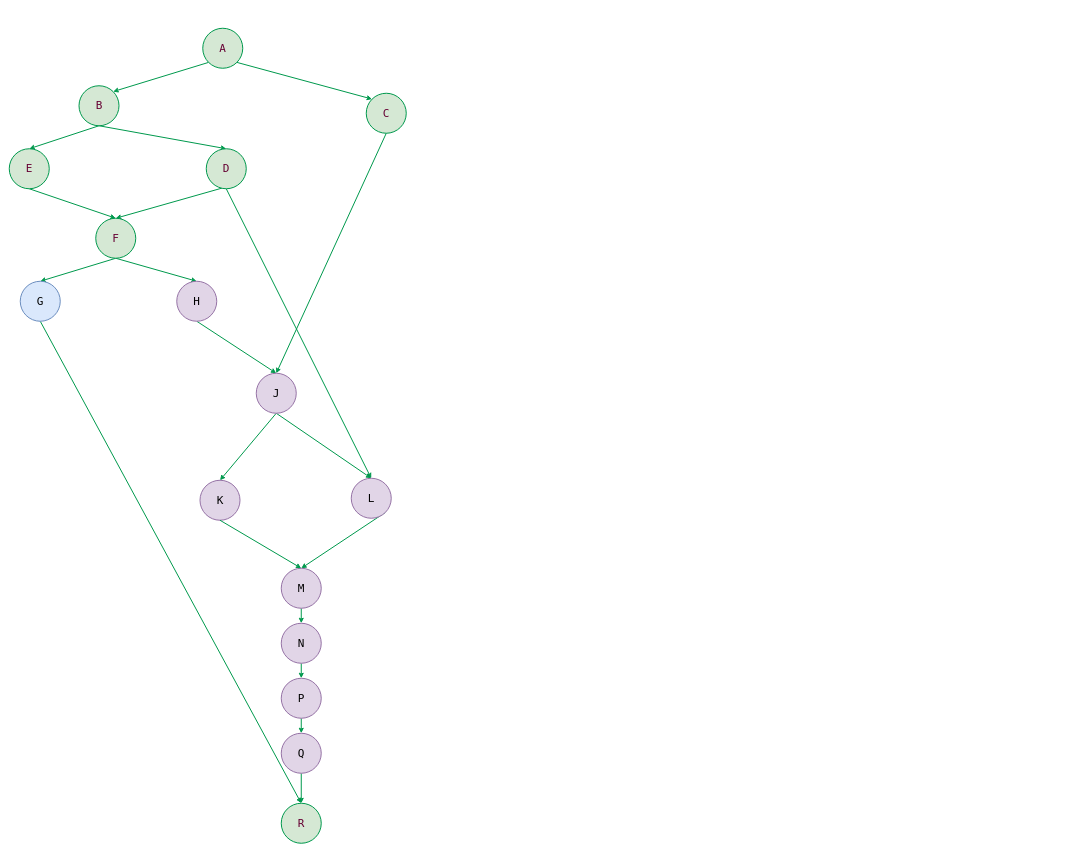
This is doc/dag.drawio from feuyeux/hello-easy-flows, a draw.io file, before an edit. Source tidied: cells renumbered, new cells numbered last; positions are measured from the earlier drawing's top-left corner, leaving out a move shared by most shapes. Both pictures are drawn from the tidied source at 50%, with x=0, y=0 at pixel (9, 28).
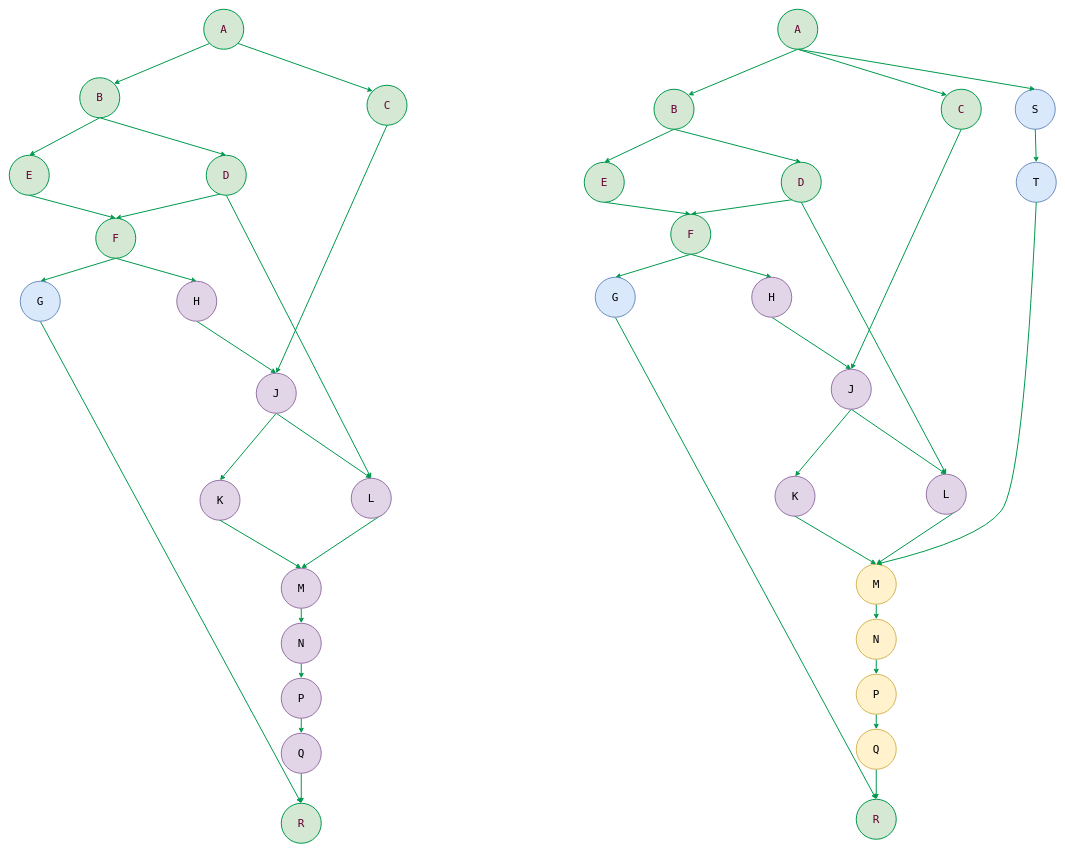
After the change.

Change to the diagram source:
```diff
@@
     <mxCell id="4" value="&lt;div style=&quot;font-size: 22px;&quot;&gt;&lt;div style=&quot;font-size: 22px;&quot;&gt;A&lt;/div&gt;&lt;/div&gt;" style="ellipse;whiteSpace=wrap;html=1;fontFamily=Monaco;fontSize=22;labelBackgroundColor=none;fillColor=#d5e8d4;strokeColor=#00994D;strokeWidth=2;fontColor=#660033;" parent="1" vertex="1">
-      <mxGeometry x="387" width="80" height="80" as="geometry" />
+      <mxGeometry x="389" y="-38" width="80" height="80" as="geometry" />
     </mxCell>
@@
     <mxCell id="7" value="&lt;div style=&quot;font-size: 22px;&quot;&gt;&lt;div style=&quot;font-size: 22px;&quot;&gt;B&lt;/div&gt;&lt;/div&gt;" style="ellipse;whiteSpace=wrap;html=1;fontFamily=Monaco;fontSize=22;labelBackgroundColor=none;fillColor=#d5e8d4;strokeColor=#00994D;strokeWidth=2;fontColor=#660033;" parent="1" vertex="1">
-      <mxGeometry x="139.5" y="115" width="80" height="80" as="geometry" />
+      <mxGeometry x="141" y="99" width="80" height="80" as="geometry" />
     </mxCell>
@@
     <mxCell id="9" value="&lt;div style=&quot;font-size: 22px;&quot;&gt;&lt;div style=&quot;font-size: 22px;&quot;&gt;C&lt;/div&gt;&lt;/div&gt;" style="ellipse;whiteSpace=wrap;html=1;fontFamily=Monaco;fontSize=22;labelBackgroundColor=none;fillColor=#d5e8d4;strokeColor=#00994D;strokeWidth=2;fontColor=#660033;" parent="1" vertex="1">
-      <mxGeometry x="714" y="130" width="80" height="80" as="geometry" />
+      <mxGeometry x="715.5" y="114" width="80" height="80" as="geometry" />
     </mxCell>
@@
     <mxCell id="11" value="&lt;div style=&quot;font-size: 22px;&quot;&gt;&lt;div style=&quot;font-size: 22px;&quot;&gt;E&lt;/div&gt;&lt;/div&gt;" style="ellipse;whiteSpace=wrap;html=1;fontFamily=Monaco;fontSize=22;labelBackgroundColor=none;fillColor=#d5e8d4;strokeColor=#00994D;strokeWidth=2;fontColor=#660033;" parent="1" vertex="1">
-      <mxGeometry y="241" width="80" height="80" as="geometry" />
+      <mxGeometry y="254" width="80" height="80" as="geometry" />
     </mxCell>
@@
     <mxCell id="14" value="&lt;div style=&quot;font-size: 22px;&quot;&gt;&lt;div style=&quot;font-size: 22px;&quot;&gt;&lt;div style=&quot;font-size: 22px;&quot;&gt;&lt;div style=&quot;font-size: 22px;&quot;&gt;D&lt;/div&gt;&lt;/div&gt;&lt;/div&gt;&lt;/div&gt;" style="ellipse;whiteSpace=wrap;html=1;fontFamily=Monaco;fontSize=22;labelBackgroundColor=none;fillColor=#d5e8d4;strokeColor=#00994D;strokeWidth=2;fontColor=#660033;" parent="1" vertex="1">
-      <mxGeometry x="394" y="241" width="80" height="80" as="geometry" />
+      <mxGeometry x="394" y="254" width="80" height="80" as="geometry" />
     </mxCell>
@@
+    <mxCell id="39" style="edgeStyle=none;rounded=0;jettySize=auto;html=1;exitX=0.5;exitY=1;exitDx=0;exitDy=0;entryX=1;entryY=0;entryDx=0;entryDy=0;labelBackgroundColor=#00994D;strokeColor=#00994D;fontColor=#FFFFFF;strokeWidth=2;fontSize=22;fillColor=#d5e8d4;fontFamily=Monaco;" parent="1" edge="1" source="41" target="44">
+      <mxGeometry relative="1" as="geometry" />
+    </mxCell>
+    <mxCell id="40" style="edgeStyle=none;rounded=0;jettySize=auto;html=1;exitX=0.5;exitY=1;exitDx=0;exitDy=0;entryX=0;entryY=0;entryDx=0;entryDy=0;labelBackgroundColor=#00994D;strokeColor=#00994D;fontColor=#FFFFFF;strokeWidth=2;fontSize=22;fillColor=#d5e8d4;fontFamily=Monaco;" parent="1" edge="1" source="41" target="46">
+      <mxGeometry relative="1" as="geometry" />
+    </mxCell>
+    <mxCell id="41" value="&lt;div style=&quot;font-size: 22px;&quot;&gt;&lt;div style=&quot;font-size: 22px;&quot;&gt;A&lt;/div&gt;&lt;/div&gt;" style="ellipse;whiteSpace=wrap;html=1;fontFamily=Monaco;fontSize=22;labelBackgroundColor=none;fillColor=#d5e8d4;strokeColor=#00994D;strokeWidth=2;fontColor=#660033;" parent="1" vertex="1">
+      <mxGeometry x="1537" y="-38" width="80" height="80" as="geometry" />
+    </mxCell>
+    <mxCell id="42" style="edgeStyle=none;rounded=0;jettySize=auto;html=1;exitX=0.5;exitY=1;exitDx=0;exitDy=0;entryX=0.5;entryY=0;entryDx=0;entryDy=0;labelBackgroundColor=#00994D;strokeColor=#00994D;fontColor=#FFFFFF;strokeWidth=2;fontSize=22;fillColor=#d5e8d4;fontFamily=Monaco;" parent="1" edge="1" source="44" target="51">
+      <mxGeometry relative="1" as="geometry" />
+    </mxCell>
+    <mxCell id="43" style="edgeStyle=none;rounded=0;jettySize=auto;html=1;exitX=0.5;exitY=1;exitDx=0;exitDy=0;entryX=0.5;entryY=0;entryDx=0;entryDy=0;labelBackgroundColor=#00994D;strokeColor=#00994D;fontColor=#FFFFFF;strokeWidth=2;fontSize=22;fillColor=#d5e8d4;fontFamily=Monaco;" parent="1" edge="1" source="44" target="48">
+      <mxGeometry relative="1" as="geometry" />
+    </mxCell>
+    <mxCell id="44" value="&lt;div style=&quot;font-size: 22px;&quot;&gt;&lt;div style=&quot;font-size: 22px;&quot;&gt;B&lt;/div&gt;&lt;/div&gt;" style="ellipse;whiteSpace=wrap;html=1;fontFamily=Monaco;fontSize=22;labelBackgroundColor=none;fillColor=#d5e8d4;strokeColor=#00994D;strokeWidth=2;fontColor=#660033;" parent="1" vertex="1">
+      <mxGeometry x="1289.5" y="122" width="80" height="80" as="geometry" />
+    </mxCell>
+    <mxCell id="45" style="edgeStyle=none;rounded=0;jettySize=auto;html=1;exitX=0.5;exitY=1;exitDx=0;exitDy=0;entryX=0.5;entryY=0;entryDx=0;entryDy=0;fillColor=#d5e8d4;strokeColor=#00994D;labelBackgroundColor=#00994D;fontColor=#FFFFFF;strokeWidth=2;fontFamily=Monaco;fontSize=22;" parent="1" edge="1" source="46" target="61">
+      <mxGeometry relative="1" as="geometry" />
+    </mxCell>
+    <mxCell id="46" value="&lt;div style=&quot;font-size: 22px;&quot;&gt;&lt;div style=&quot;font-size: 22px;&quot;&gt;C&lt;/div&gt;&lt;/div&gt;" style="ellipse;whiteSpace=wrap;html=1;fontFamily=Monaco;fontSize=22;labelBackgroundColor=none;fillColor=#d5e8d4;strokeColor=#00994D;strokeWidth=2;fontColor=#660033;" parent="1" vertex="1">
+      <mxGeometry x="1864" y="122" width="80" height="80" as="geometry" />
+    </mxCell>
+    <mxCell id="47" style="edgeStyle=none;rounded=0;jettySize=auto;html=1;exitX=0.5;exitY=1;exitDx=0;exitDy=0;entryX=0.5;entryY=0;entryDx=0;entryDy=0;labelBackgroundColor=#00994D;strokeColor=#00994D;fontColor=#FFFFFF;strokeWidth=2;fontSize=22;fillColor=#d5e8d4;fontFamily=Monaco;" parent="1" edge="1" source="48" target="54">
+      <mxGeometry relative="1" as="geometry" />
+    </mxCell>
+    <mxCell id="48" value="&lt;div style=&quot;font-size: 22px;&quot;&gt;&lt;div style=&quot;font-size: 22px;&quot;&gt;E&lt;/div&gt;&lt;/div&gt;" style="ellipse;whiteSpace=wrap;html=1;fontFamily=Monaco;fontSize=22;labelBackgroundColor=none;fillColor=#d5e8d4;strokeColor=#00994D;strokeWidth=2;fontColor=#660033;" parent="1" vertex="1">
+      <mxGeometry x="1150" y="268" width="80" height="80" as="geometry" />
+    </mxCell>
+    <mxCell id="49" style="edgeStyle=none;rounded=0;jettySize=auto;html=1;exitX=1;exitY=1;exitDx=0;exitDy=0;entryX=0.5;entryY=0;entryDx=0;entryDy=0;labelBackgroundColor=#00994D;strokeColor=#00994D;fontColor=#FFFFFF;strokeWidth=2;fontSize=22;fillColor=#d5e8d4;fontFamily=Monaco;" parent="1" edge="1" source="51" target="54">
+      <mxGeometry relative="1" as="geometry" />
+    </mxCell>
+    <mxCell id="50" style="edgeStyle=none;rounded=0;jettySize=auto;html=1;exitX=0.5;exitY=1;exitDx=0;exitDy=0;entryX=0.5;entryY=0;entryDx=0;entryDy=0;labelBackgroundColor=#00994D;strokeColor=#00994D;fontColor=#FFFFFF;strokeWidth=2;fontSize=22;fillColor=#d5e8d4;fontFamily=Monaco;" parent="1" edge="1" source="51" target="63">
+      <mxGeometry relative="1" as="geometry" />
+    </mxCell>
+    <mxCell id="51" value="&lt;div style=&quot;font-size: 22px;&quot;&gt;&lt;div style=&quot;font-size: 22px;&quot;&gt;&lt;div style=&quot;font-size: 22px;&quot;&gt;&lt;div style=&quot;font-size: 22px;&quot;&gt;D&lt;/div&gt;&lt;/div&gt;&lt;/div&gt;&lt;/div&gt;" style="ellipse;whiteSpace=wrap;html=1;fontFamily=Monaco;fontSize=22;labelBackgroundColor=none;fillColor=#d5e8d4;strokeColor=#00994D;strokeWidth=2;fontColor=#660033;" parent="1" vertex="1">
+      <mxGeometry x="1544" y="268" width="80" height="80" as="geometry" />
+    </mxCell>
+    <mxCell id="52" style="edgeStyle=none;rounded=0;jettySize=auto;html=1;exitX=0.5;exitY=1;exitDx=0;exitDy=0;entryX=0.5;entryY=0;entryDx=0;entryDy=0;labelBackgroundColor=#00994D;strokeColor=#00994D;fontColor=#FFFFFF;strokeWidth=2;fontSize=22;fillColor=#d5e8d4;fontFamily=Monaco;" parent="1" edge="1" source="54" target="56">
+      <mxGeometry relative="1" as="geometry" />
+    </mxCell>
+    <mxCell id="53" style="rounded=0;jettySize=auto;html=1;exitX=0.5;exitY=1;exitDx=0;exitDy=0;entryX=0.5;entryY=0;entryDx=0;entryDy=0;fillColor=#d5e8d4;strokeColor=#00994D;labelBackgroundColor=#00994D;fontColor=#FFFFFF;strokeWidth=2;fontFamily=Monaco;fontSize=22;" parent="1" edge="1" source="54" target="58">
+      <mxGeometry relative="1" as="geometry" />
+    </mxCell>
+    <mxCell id="54" value="&lt;div style=&quot;font-size: 22px;&quot;&gt;&lt;div style=&quot;font-size: 22px;&quot;&gt;F&lt;/div&gt;&lt;/div&gt;" style="ellipse;whiteSpace=wrap;html=1;fontFamily=Monaco;fontSize=22;labelBackgroundColor=none;fillColor=#d5e8d4;strokeColor=#00994D;strokeWidth=2;fontColor=#660033;" parent="1" vertex="1">
+      <mxGeometry x="1323" y="372" width="80" height="80" as="geometry" />
+    </mxCell>
+    <mxCell id="55" style="edgeStyle=none;rounded=0;jettySize=auto;html=1;exitX=0.5;exitY=1;exitDx=0;exitDy=0;entryX=0.5;entryY=0;entryDx=0;entryDy=0;fillColor=#d5e8d4;strokeColor=#00994D;labelBackgroundColor=#00994D;fontColor=#FFFFFF;strokeWidth=2;fontFamily=Monaco;fontSize=22;" parent="1" edge="1" source="56" target="75">
+      <mxGeometry relative="1" as="geometry" />
+    </mxCell>
+    <mxCell id="56" value="&lt;div style=&quot;font-size: 22px;&quot;&gt;&lt;div style=&quot;font-size: 22px;&quot;&gt;G&lt;/div&gt;&lt;/div&gt;" style="ellipse;whiteSpace=wrap;html=1;fontFamily=Monaco;fontSize=22;labelBackgroundColor=none;fillColor=#dae8fc;strokeColor=#6c8ebf;strokeWidth=2;" parent="1" vertex="1">
+      <mxGeometry x="1172" y="498" width="80" height="80" as="geometry" />
+    </mxCell>
+    <mxCell id="57" style="edgeStyle=none;rounded=0;jettySize=auto;html=1;exitX=0.5;exitY=1;exitDx=0;exitDy=0;entryX=0.5;entryY=0;entryDx=0;entryDy=0;fillColor=#d5e8d4;strokeColor=#00994D;labelBackgroundColor=#00994D;fontColor=#FFFFFF;strokeWidth=2;fontFamily=Monaco;fontSize=22;" parent="1" edge="1" source="58" target="61">
+      <mxGeometry relative="1" as="geometry" />
+    </mxCell>
+    <mxCell id="58" value="&lt;div style=&quot;font-size: 22px;&quot;&gt;&lt;div style=&quot;font-size: 22px;&quot;&gt;&lt;div style=&quot;font-size: 22px;&quot;&gt;&lt;div style=&quot;font-size: 22px;&quot;&gt;H&lt;/div&gt;&lt;/div&gt;&lt;/div&gt;&lt;/div&gt;" style="ellipse;whiteSpace=wrap;html=1;fontFamily=Monaco;fontSize=22;labelBackgroundColor=none;fillColor=#e1d5e7;strokeColor=#9673a6;strokeWidth=2;" parent="1" vertex="1">
+      <mxGeometry x="1485" y="498" width="80" height="80" as="geometry" />
+    </mxCell>
+    <mxCell id="59" style="edgeStyle=none;rounded=0;jettySize=auto;html=1;fillColor=#d5e8d4;strokeColor=#00994D;labelBackgroundColor=#00994D;fontColor=#FFFFFF;strokeWidth=2;exitX=0.5;exitY=1;exitDx=0;exitDy=0;entryX=0.5;entryY=0;entryDx=0;entryDy=0;fontFamily=Monaco;fontSize=22;" parent="1" edge="1" source="61" target="63">
+      <mxGeometry relative="1" as="geometry" />
+    </mxCell>
+    <mxCell id="60" style="edgeStyle=none;rounded=0;jettySize=auto;html=1;exitX=0.5;exitY=1;exitDx=0;exitDy=0;entryX=0.5;entryY=0;entryDx=0;entryDy=0;fillColor=#d5e8d4;strokeColor=#00994D;labelBackgroundColor=#00994D;fontColor=#FFFFFF;strokeWidth=2;fontFamily=Monaco;fontSize=22;" parent="1" edge="1" source="61" target="64">
+      <mxGeometry relative="1" as="geometry" />
+    </mxCell>
+    <mxCell id="61" value="&lt;div style=&quot;font-size: 22px;&quot;&gt;&lt;div style=&quot;font-size: 22px;&quot;&gt;&lt;div style=&quot;font-size: 22px;&quot;&gt;&lt;div style=&quot;font-size: 22px;&quot;&gt;&lt;div style=&quot;font-size: 22px;&quot;&gt;J&lt;/div&gt;&lt;/div&gt;&lt;/div&gt;&lt;/div&gt;&lt;/div&gt;" style="ellipse;whiteSpace=wrap;html=1;fontFamily=Monaco;fontSize=22;labelBackgroundColor=none;fillColor=#e1d5e7;strokeColor=#9673a6;strokeWidth=2;" parent="1" vertex="1">
+      <mxGeometry x="1644" y="682" width="80" height="80" as="geometry" />
+    </mxCell>
+    <mxCell id="62" style="edgeStyle=none;rounded=0;jettySize=auto;html=1;exitX=1;exitY=1;exitDx=0;exitDy=0;fillColor=#d5e8d4;strokeColor=#00994D;labelBackgroundColor=#00994D;fontColor=#FFFFFF;strokeWidth=2;entryX=0.5;entryY=0;entryDx=0;entryDy=0;fontFamily=Monaco;fontSize=22;" parent="1" edge="1" source="63" target="67">
+      <mxGeometry relative="1" as="geometry" />
+    </mxCell>
+    <mxCell id="63" value="&lt;div style=&quot;font-size: 22px;&quot;&gt;&lt;div style=&quot;font-size: 22px;&quot;&gt;&lt;div style=&quot;font-size: 22px;&quot;&gt;&lt;div style=&quot;font-size: 22px;&quot;&gt;&lt;div style=&quot;font-size: 22px;&quot;&gt;&lt;div style=&quot;font-size: 22px;&quot;&gt;L&lt;/div&gt;&lt;/div&gt;&lt;/div&gt;&lt;/div&gt;&lt;/div&gt;&lt;/div&gt;" style="ellipse;whiteSpace=wrap;html=1;fontFamily=Monaco;fontSize=22;labelBackgroundColor=none;fillColor=#e1d5e7;strokeColor=#9673a6;strokeWidth=2;" parent="1" vertex="1">
+      <mxGeometry x="1834" y="892" width="80" height="80" as="geometry" />
+    </mxCell>
+    <mxCell id="64" value="&lt;div style=&quot;font-size: 22px;&quot;&gt;&lt;div style=&quot;font-size: 22px;&quot;&gt;&lt;div style=&quot;font-size: 22px;&quot;&gt;&lt;div style=&quot;font-size: 22px;&quot;&gt;&lt;div style=&quot;font-size: 22px;&quot;&gt;&lt;div style=&quot;font-size: 22px;&quot;&gt;K&lt;/div&gt;&lt;/div&gt;&lt;/div&gt;&lt;/div&gt;&lt;/div&gt;&lt;/div&gt;" style="ellipse;whiteSpace=wrap;html=1;fontFamily=Monaco;fontSize=22;labelBackgroundColor=none;fillColor=#e1d5e7;strokeColor=#9673a6;strokeWidth=2;" parent="1" vertex="1">
+      <mxGeometry x="1531.5" y="896" width="80" height="80" as="geometry" />
+    </mxCell>
+    <mxCell id="65" style="edgeStyle=none;rounded=0;orthogonalLoop=1;jettySize=auto;html=1;entryX=0.353;entryY=0.025;entryDx=0;entryDy=0;entryPerimeter=0;fillColor=#d5e8d4;strokeColor=#00994D;labelBackgroundColor=#00994D;fontColor=#FFFFFF;strokeWidth=2;fontFamily=Monaco;fontSize=22;" parent="1" edge="1" source="64" target="64">
+      <mxGeometry relative="1" as="geometry" />
+    </mxCell>
+    <mxCell id="66" style="edgeStyle=none;rounded=0;jettySize=auto;html=1;exitX=0.5;exitY=1;exitDx=0;exitDy=0;entryX=0.5;entryY=0;entryDx=0;entryDy=0;fillColor=#d5e8d4;strokeColor=#00994D;labelBackgroundColor=#00994D;fontColor=#FFFFFF;strokeWidth=2;fontFamily=Monaco;fontSize=22;" parent="1" edge="1" source="67" target="72">
+      <mxGeometry relative="1" as="geometry" />
+    </mxCell>
+    <mxCell id="67" value="&lt;div style=&quot;font-size: 22px;&quot;&gt;&lt;div style=&quot;font-size: 22px;&quot;&gt;&lt;div style=&quot;font-size: 22px;&quot;&gt;&lt;div style=&quot;font-size: 22px;&quot;&gt;&lt;div style=&quot;font-size: 22px;&quot;&gt;&lt;div style=&quot;font-size: 22px;&quot;&gt;&lt;div style=&quot;font-size: 22px;&quot;&gt;M&lt;/div&gt;&lt;/div&gt;&lt;/div&gt;&lt;/div&gt;&lt;/div&gt;&lt;/div&gt;&lt;/div&gt;" style="ellipse;whiteSpace=wrap;html=1;fontFamily=Monaco;fontSize=22;labelBackgroundColor=none;fillColor=#fff2cc;strokeColor=#d6b656;strokeWidth=2;" parent="1" vertex="1">
+      <mxGeometry x="1694" y="1072" width="80" height="80" as="geometry" />
+    </mxCell>
+    <mxCell id="68" style="edgeStyle=none;rounded=0;jettySize=auto;html=1;exitX=0.5;exitY=1;exitDx=0;exitDy=0;entryX=0.5;entryY=0;entryDx=0;entryDy=0;fillColor=#d5e8d4;strokeColor=#00994D;labelBackgroundColor=#00994D;fontColor=#FFFFFF;strokeWidth=2;fontFamily=Monaco;fontSize=22;" parent="1" edge="1" source="64" target="67">
+      <mxGeometry relative="1" as="geometry" />
+    </mxCell>
+    <mxCell id="69" style="edgeStyle=none;rounded=0;jettySize=auto;html=1;exitX=0.5;exitY=1;exitDx=0;exitDy=0;entryX=0.5;entryY=0;entryDx=0;entryDy=0;fillColor=#d5e8d4;strokeColor=#00994D;labelBackgroundColor=#00994D;fontColor=#FFFFFF;strokeWidth=2;fontFamily=Monaco;fontSize=22;" parent="1" edge="1" source="70" target="74">
+      <mxGeometry relative="1" as="geometry" />
+    </mxCell>
+    <mxCell id="70" value="&lt;div style=&quot;font-size: 22px;&quot;&gt;&lt;div style=&quot;font-size: 22px;&quot;&gt;&lt;div style=&quot;font-size: 22px;&quot;&gt;&lt;div style=&quot;font-size: 22px;&quot;&gt;&lt;div style=&quot;font-size: 22px;&quot;&gt;&lt;div style=&quot;font-size: 22px;&quot;&gt;&lt;div style=&quot;font-size: 22px;&quot;&gt;&lt;div style=&quot;font-size: 22px;&quot;&gt;P&lt;/div&gt;&lt;/div&gt;&lt;/div&gt;&lt;/div&gt;&lt;/div&gt;&lt;/div&gt;&lt;/div&gt;&lt;/div&gt;" style="ellipse;whiteSpace=wrap;html=1;fontFamily=Monaco;fontSize=22;labelBackgroundColor=none;fillColor=#fff2cc;strokeColor=#d6b656;strokeWidth=2;" parent="1" vertex="1">
+      <mxGeometry x="1694" y="1292" width="80" height="80" as="geometry" />
+    </mxCell>
+    <mxCell id="71" style="edgeStyle=none;rounded=0;jettySize=auto;html=1;exitX=0.5;exitY=1;exitDx=0;exitDy=0;entryX=0.5;entryY=0;entryDx=0;entryDy=0;fillColor=#d5e8d4;strokeColor=#00994D;labelBackgroundColor=#00994D;fontColor=#FFFFFF;strokeWidth=2;fontFamily=Monaco;fontSize=22;" parent="1" edge="1" source="72" target="70">
+      <mxGeometry relative="1" as="geometry" />
+    </mxCell>
+    <mxCell id="72" value="&lt;div style=&quot;font-size: 22px;&quot;&gt;&lt;div style=&quot;font-size: 22px;&quot;&gt;&lt;div style=&quot;font-size: 22px;&quot;&gt;&lt;div style=&quot;font-size: 22px;&quot;&gt;&lt;div style=&quot;font-size: 22px;&quot;&gt;&lt;div style=&quot;font-size: 22px;&quot;&gt;&lt;div style=&quot;font-size: 22px;&quot;&gt;&lt;div style=&quot;font-size: 22px;&quot;&gt;&lt;div style=&quot;font-size: 22px;&quot;&gt;N&lt;/div&gt;&lt;/div&gt;&lt;/div&gt;&lt;/div&gt;&lt;/div&gt;&lt;/div&gt;&lt;/div&gt;&lt;/div&gt;&lt;/div&gt;" style="ellipse;whiteSpace=wrap;html=1;fontFamily=Monaco;fontSize=22;labelBackgroundColor=none;fillColor=#fff2cc;strokeColor=#d6b656;strokeWidth=2;" parent="1" vertex="1">
+      <mxGeometry x="1694" y="1182" width="80" height="80" as="geometry" />
+    </mxCell>
+    <mxCell id="73" style="edgeStyle=none;rounded=0;jettySize=auto;html=1;exitX=0.5;exitY=1;exitDx=0;exitDy=0;entryX=0.5;entryY=0;entryDx=0;entryDy=0;fillColor=#d5e8d4;strokeColor=#00994D;labelBackgroundColor=#00994D;fontColor=#FFFFFF;strokeWidth=2;fontFamily=Monaco;fontSize=22;" parent="1" edge="1" source="74" target="75">
+      <mxGeometry relative="1" as="geometry" />
+    </mxCell>
+    <mxCell id="74" value="&lt;div style=&quot;font-size: 22px;&quot;&gt;&lt;div style=&quot;font-size: 22px;&quot;&gt;&lt;div style=&quot;font-size: 22px;&quot;&gt;&lt;div style=&quot;font-size: 22px;&quot;&gt;&lt;div style=&quot;font-size: 22px;&quot;&gt;&lt;div style=&quot;font-size: 22px;&quot;&gt;&lt;div style=&quot;font-size: 22px;&quot;&gt;&lt;div style=&quot;font-size: 22px;&quot;&gt;&lt;div style=&quot;font-size: 22px;&quot;&gt;Q&lt;/div&gt;&lt;/div&gt;&lt;/div&gt;&lt;/div&gt;&lt;/div&gt;&lt;/div&gt;&lt;/div&gt;&lt;/div&gt;&lt;/div&gt;" style="ellipse;whiteSpace=wrap;html=1;fontFamily=Monaco;fontSize=22;labelBackgroundColor=none;fillColor=#fff2cc;strokeColor=#d6b656;strokeWidth=2;" parent="1" vertex="1">
+      <mxGeometry x="1694" y="1402" width="80" height="80" as="geometry" />
+    </mxCell>
+    <mxCell id="75" value="&lt;div style=&quot;font-size: 22px;&quot;&gt;&lt;div style=&quot;font-size: 22px;&quot;&gt;&lt;div style=&quot;font-size: 22px;&quot;&gt;&lt;div style=&quot;font-size: 22px;&quot;&gt;&lt;div style=&quot;font-size: 22px;&quot;&gt;&lt;div style=&quot;font-size: 22px;&quot;&gt;&lt;div style=&quot;font-size: 22px;&quot;&gt;&lt;div style=&quot;font-size: 22px;&quot;&gt;&lt;div style=&quot;font-size: 22px;&quot;&gt;&lt;div style=&quot;font-size: 22px;&quot;&gt;R&lt;/div&gt;&lt;/div&gt;&lt;/div&gt;&lt;/div&gt;&lt;/div&gt;&lt;/div&gt;&lt;/div&gt;&lt;/div&gt;&lt;/div&gt;&lt;/div&gt;" style="ellipse;whiteSpace=wrap;html=1;fontFamily=Monaco;fontSize=22;labelBackgroundColor=none;fillColor=#d5e8d4;strokeColor=#00994D;strokeWidth=2;fontColor=#660033;" parent="1" vertex="1">
+      <mxGeometry x="1694" y="1542" width="80" height="80" as="geometry" />
+    </mxCell>
+    <mxCell id="76" value="&lt;div style=&quot;font-size: 22px;&quot;&gt;&lt;div style=&quot;font-size: 22px;&quot;&gt;S&lt;/div&gt;&lt;/div&gt;" style="ellipse;whiteSpace=wrap;html=1;fontFamily=Monaco;fontSize=22;labelBackgroundColor=none;fillColor=#dae8fc;strokeColor=#6c8ebf;strokeWidth=2;" parent="1" vertex="1">
+      <mxGeometry x="2012" y="122" width="80" height="80" as="geometry" />
+    </mxCell>
+    <mxCell id="77" value="&lt;div style=&quot;font-size: 22px;&quot;&gt;&lt;div style=&quot;font-size: 22px;&quot;&gt;T&lt;/div&gt;&lt;/div&gt;" style="ellipse;whiteSpace=wrap;html=1;fontFamily=Monaco;fontSize=22;labelBackgroundColor=none;fillColor=#dae8fc;strokeColor=#6c8ebf;strokeWidth=2;" parent="1" vertex="1">
+      <mxGeometry x="2014" y="268" width="80" height="80" as="geometry" />
+    </mxCell>
+    <mxCell id="78" style="edgeStyle=none;rounded=0;jettySize=auto;html=1;exitX=0.5;exitY=1;exitDx=0;exitDy=0;entryX=0.5;entryY=0;entryDx=0;entryDy=0;labelBackgroundColor=#00994D;strokeColor=#00994D;fontColor=#FFFFFF;strokeWidth=2;fontSize=22;fillColor=#d5e8d4;fontFamily=Monaco;" parent="1" edge="1" source="41" target="76">
+      <mxGeometry relative="1" as="geometry" />
+    </mxCell>
+    <mxCell id="79" style="edgeStyle=none;rounded=0;jettySize=auto;html=1;exitX=0.5;exitY=1;exitDx=0;exitDy=0;entryX=0.5;entryY=0;entryDx=0;entryDy=0;fillColor=#d5e8d4;strokeColor=#00994D;labelBackgroundColor=#00994D;fontColor=#FFFFFF;strokeWidth=2;fontFamily=Monaco;fontSize=22;" parent="1" edge="1" source="76" target="77">
+      <mxGeometry relative="1" as="geometry" />
+    </mxCell>
+    <mxCell id="80" style="edgeStyle=none;jettySize=auto;html=1;exitX=0.5;exitY=1;exitDx=0;exitDy=0;fillColor=#d5e8d4;strokeColor=#00994D;labelBackgroundColor=#00994D;fontColor=#FFFFFF;strokeWidth=2;entryX=0.5;entryY=0;entryDx=0;entryDy=0;fontFamily=Monaco;fontSize=22;curved=1;" parent="1" edge="1" source="77" target="67">
+      <mxGeometry relative="1" as="geometry">
+        <Array as="points">
+          <mxPoint x="2028" y="908" />
+          <mxPoint x="1940" y="1022" />
+        </Array>
+      </mxGeometry>
+    </mxCell>
```
